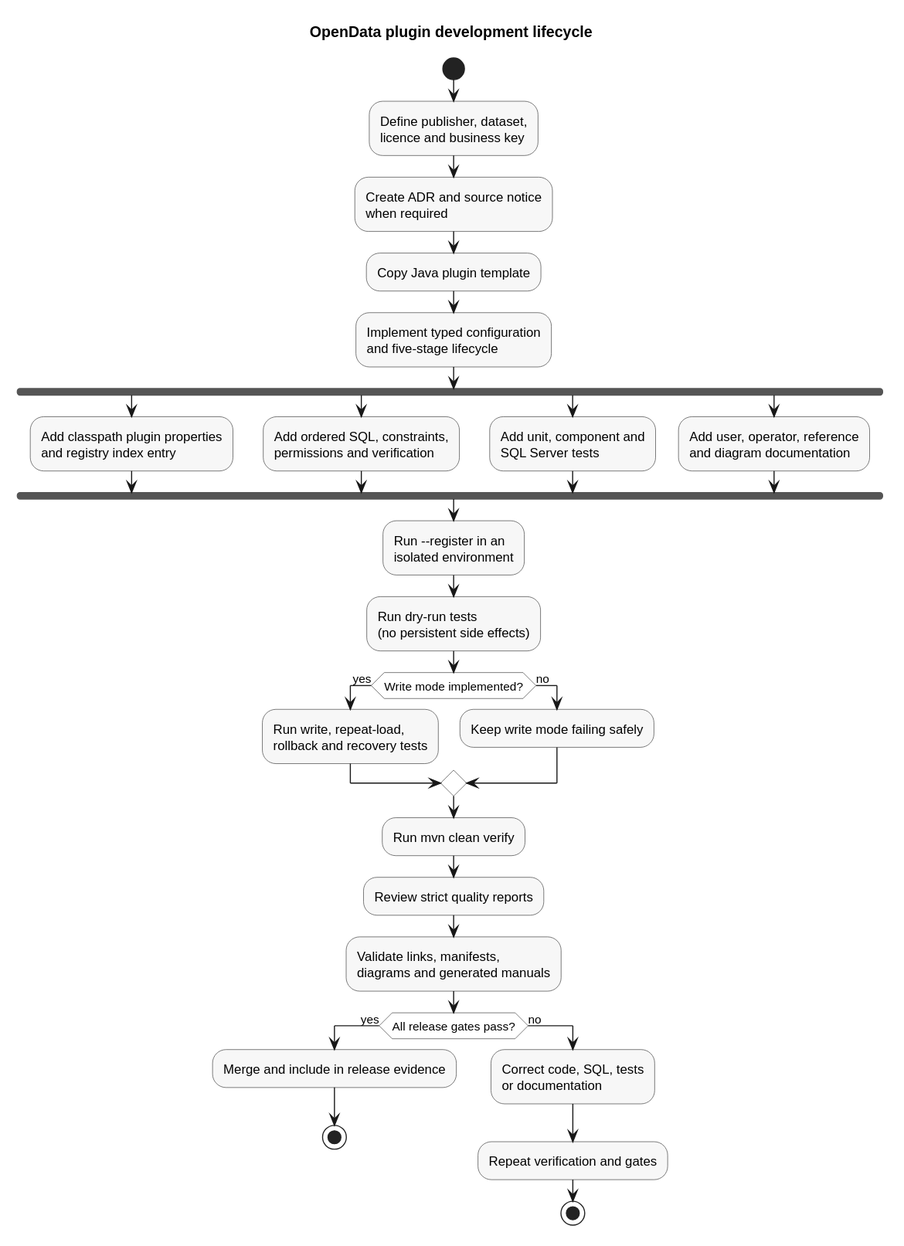
The PlantUML diagram docs/diagrams/generated/plugin-development-lifecycle.svg in TerryCurranZellis/OpenData, before a commit.
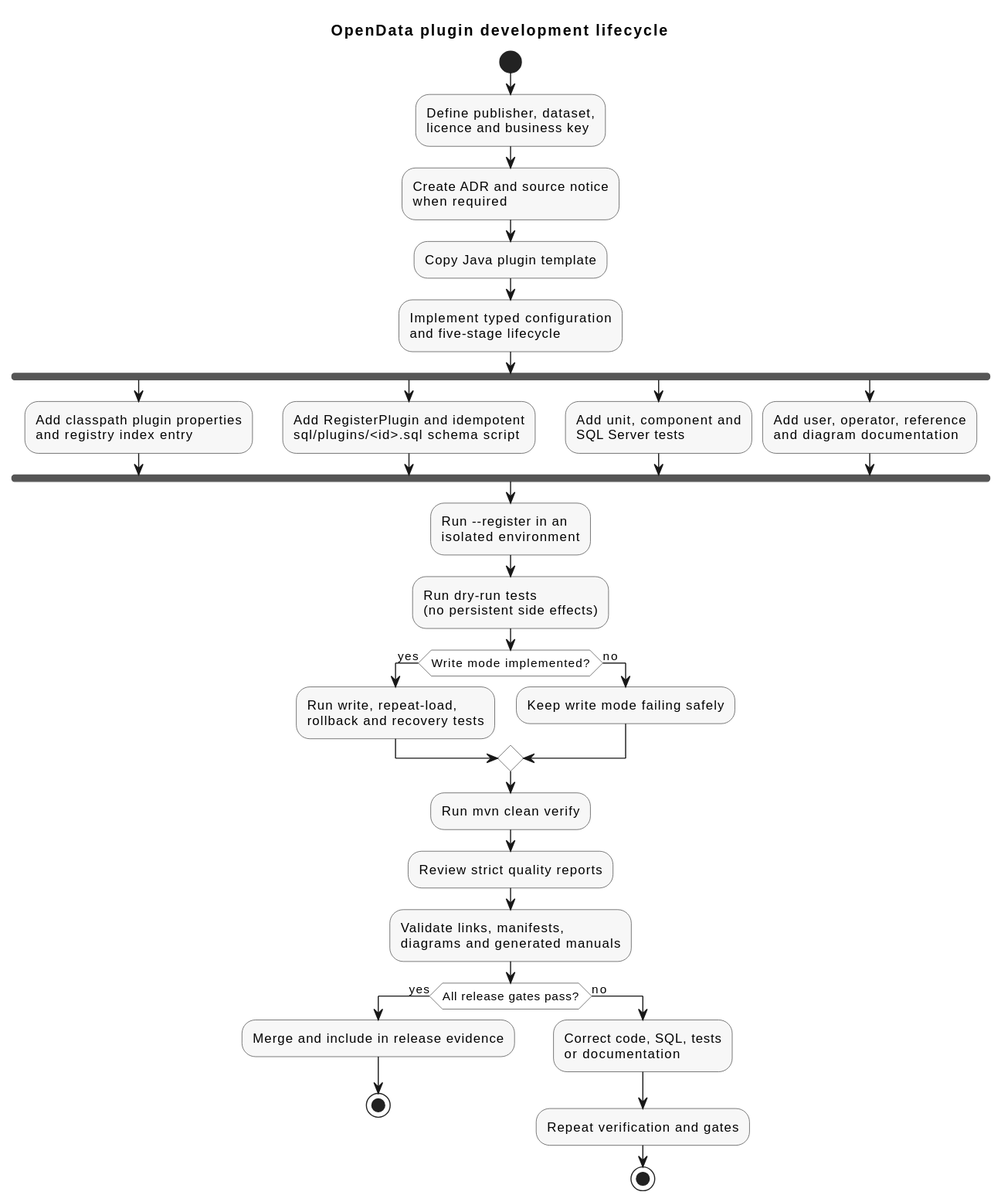
After the commit.

What changed in the source:
```diff
@@ -18,7 +18,7 @@
 fork
   :Add classpath plugin properties\nand registry index entry;
 fork again
-  :Add ordered SQL, constraints,\npermissions and verification;
+  :Add RegisterPlugin and idempotent\nsql/plugins/<id>.sql schema script;
 fork again
   :Add unit, component and\nSQL Server tests;
 fork again
```
